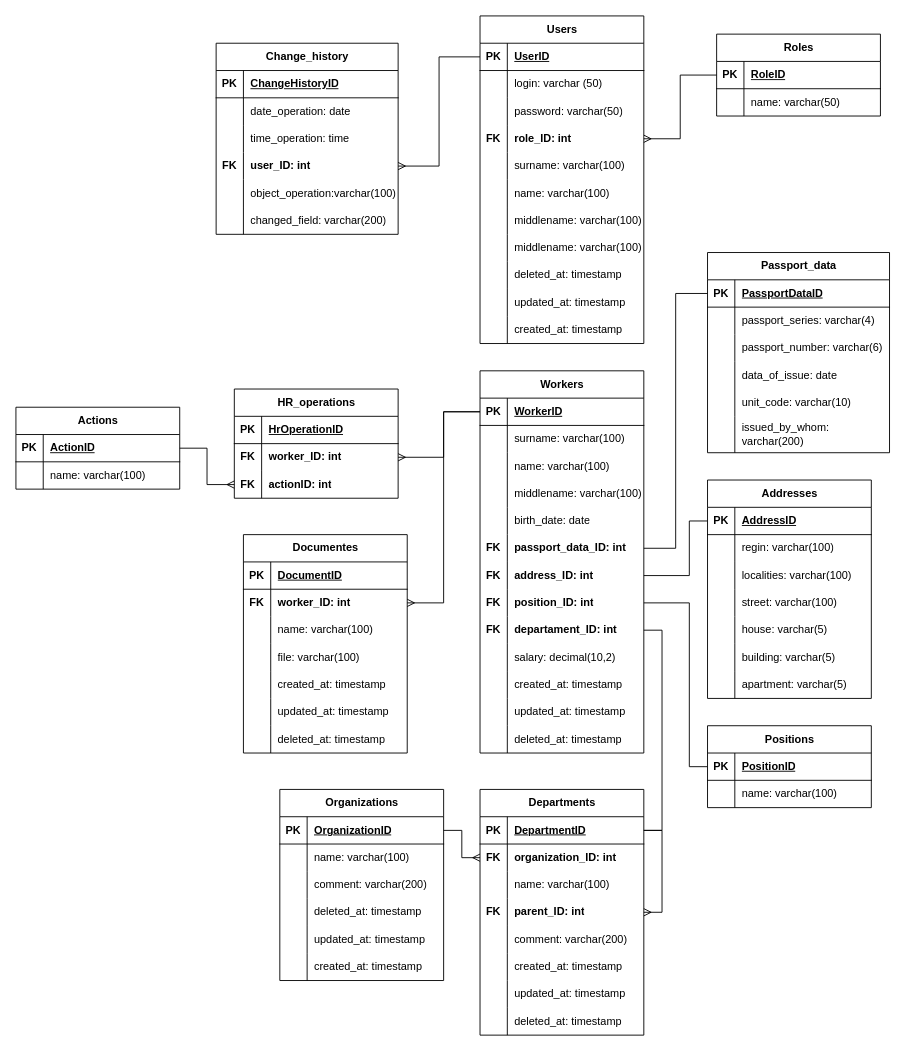
The draw.io diagram docs/БД — копия.drawio in edlwss/areal-hr-test, before the edit. Source tidied: cells renumbered, new cells numbered last; positions are measured from the earlier drawing's top-left corner, leaving out a move shared by most shapes. Both pictures are drawn from the tidied source at 91%, with x=0, y=0 at pixel (15, 15).
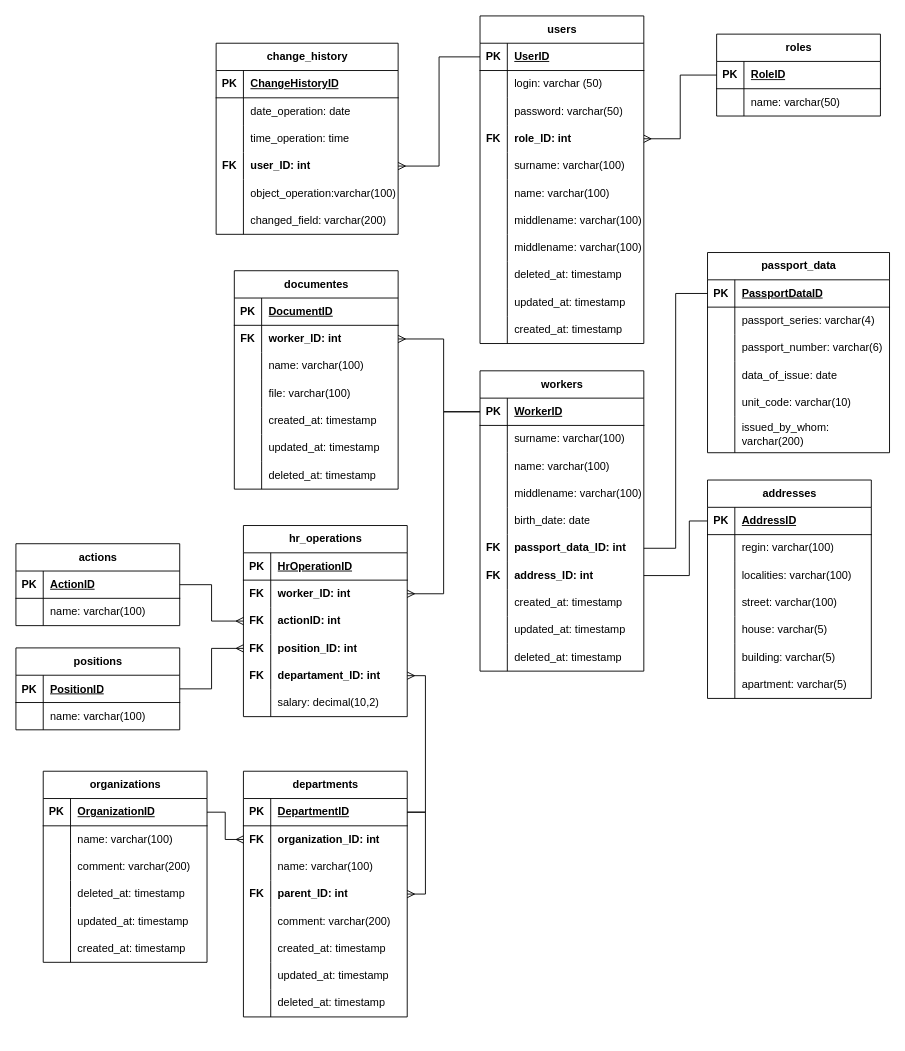
The same diagram, later.

Unchanged cells that the change refers to:
```xml
<mxCell id="23" style="shape=tableRow;horizontal=0;startSize=0;swimlaneHead=0;swimlaneBody=0;fillColor=none;points=[[0,0.5],[1,0.5]];portConstraint=eastwest;top=0;left=0;right=0;bottom=1;" parent="22" vertex="1">
  <mxGeometry y="30" width="180" height="30" as="geometry" />
</mxCell>
<mxCell id="32" style="shape=tableRow;horizontal=0;startSize=0;swimlaneHead=0;swimlaneBody=0;fillColor=none;points=[[0,0.5],[1,0.5]];portConstraint=eastwest;top=0;left=0;right=0;bottom=0;" parent="22" vertex="1">
  <mxGeometry y="120" width="180" height="30" as="geometry" />
</mxCell>
<mxCell id="48" style="shape=tableRow;horizontal=0;startSize=0;swimlaneHead=0;swimlaneBody=0;fillColor=none;points=[[0,0.5],[1,0.5]];portConstraint=eastwest;top=0;left=0;right=0;bottom=1;" parent="47" vertex="1">
  <mxGeometry y="30" width="180" height="30" as="geometry" />
</mxCell>
<mxCell id="55" style="shape=tableRow;horizontal=0;startSize=0;swimlaneHead=0;swimlaneBody=0;fillColor=none;points=[[0,0.5],[1,0.5]];portConstraint=eastwest;top=0;left=0;right=0;bottom=1;" parent="54" vertex="1">
  <mxGeometry y="30" width="180" height="30" as="geometry" />
</mxCell>
<mxCell id="139" style="shape=tableRow;horizontal=0;startSize=0;swimlaneHead=0;swimlaneBody=0;fillColor=none;points=[[0,0.5],[1,0.5]];portConstraint=eastwest;top=0;left=0;right=0;bottom=0;" parent="135" vertex="1">
  <mxGeometry y="60" width="180" height="30" as="geometry" />
</mxCell>
<mxCell id="223" style="shape=tableRow;horizontal=0;startSize=0;swimlaneHead=0;swimlaneBody=0;fillColor=none;points=[[0,0.5],[1,0.5]];portConstraint=eastwest;top=0;left=0;right=0;bottom=0;" parent="219" vertex="1">
  <mxGeometry y="60" width="180" height="30" as="geometry" />
</mxCell>
```

Diff of the diagram source:
```diff
@@
     <mxCell id="2" style="edgeStyle=orthogonalEdgeStyle;rounded=0;jettySize=auto;html=1;exitX=1;exitY=0.5;exitDx=0;exitDy=0;entryX=1;entryY=0.5;entryDx=0;entryDy=0;endArrow=ERmany;endFill=0;" parent="1" edge="1" source="23" target="32">
       <mxGeometry relative="1" as="geometry">
         <Array as="points">
-          <mxPoint x="710" y="895" />
-          <mxPoint x="710" y="985" />
+          <mxPoint x="450" y="875" />
+          <mxPoint x="450" y="965" />
         </Array>
       </mxGeometry>
     </mxCell>
-    <mxCell id="3" value="Organizations" style="shape=table;startSize=30;childLayout=tableLayout;rowLines=0;fontStyle=1;align=center;html=1;" parent="1" vertex="1">
-      <mxGeometry x="290" y="850" width="180" height="210" as="geometry" />
+    <mxCell id="3" value="organizations" style="shape=table;startSize=30;childLayout=tableLayout;rowLines=0;fontStyle=1;align=center;html=1;" parent="1" vertex="1">
+      <mxGeometry x="30" y="830" width="180" height="210" as="geometry" />
     </mxCell>
@@
-    <mxCell id="22" value="Departments" style="shape=table;startSize=30;childLayout=tableLayout;rowLines=0;fontStyle=1;align=center;html=1;" parent="1" vertex="1">
-      <mxGeometry x="510" y="850" width="180" height="270" as="geometry" />
+    <mxCell id="22" value="departments" style="shape=table;startSize=30;childLayout=tableLayout;rowLines=0;fontStyle=1;align=center;html=1;" parent="1" vertex="1">
+      <mxGeometry x="250" y="830" width="180" height="270" as="geometry" />
     </mxCell>
@@
-    <mxCell id="47" value="Positions" style="shape=table;startSize=30;childLayout=tableLayout;rowLines=0;fontStyle=1;align=center;html=1;" parent="1" vertex="1">
-      <mxGeometry x="760" y="780" width="180" height="90" as="geometry" />
+    <mxCell id="47" value="positions" style="shape=table;startSize=30;childLayout=tableLayout;rowLines=0;fontStyle=1;align=center;html=1;" parent="1" vertex="1">
+      <mxGeometry y="694.5" width="180" height="90" as="geometry" />
     </mxCell>
@@
-    <mxCell id="54" value="Workers" style="shape=table;startSize=30;childLayout=tableLayout;rowLines=0;fontStyle=1;align=center;html=1;" parent="1" vertex="1">
-      <mxGeometry x="510" y="390" width="180" height="420" as="geometry" />
+    <mxCell id="54" value="workers" style="shape=table;startSize=30;childLayout=tableLayout;rowLines=0;fontStyle=1;align=center;html=1;" parent="1" vertex="1">
+      <mxGeometry x="510" y="390" width="180" height="330" as="geometry" />
     </mxCell>
@@
-    <mxCell id="76" style="shape=tableRow;horizontal=0;startSize=0;swimlaneHead=0;swimlaneBody=0;fillColor=none;points=[[0,0.5],[1,0.5]];portConstraint=eastwest;top=0;left=0;right=0;bottom=0;" parent="54" vertex="1">
-      <mxGeometry y="240" width="180" height="30" as="geometry" />
-    </mxCell>
-    <mxCell id="77" value="&lt;b&gt;FK&lt;/b&gt;" style="shape=partialRectangle;fillColor=none;top=0;left=0;bottom=0;right=0;overflow=hidden;whiteSpace=wrap;html=1;" parent="76" vertex="1">
-      <mxGeometry width="30" height="30" as="geometry" />
-    </mxCell>
-    <mxCell id="78" value="&lt;b&gt;position_ID: int&lt;/b&gt;" style="shape=partialRectangle;fillColor=none;top=0;left=0;bottom=0;right=0;align=left;spacingLeft=6;overflow=hidden;whiteSpace=wrap;html=1;" parent="76" vertex="1">
-      <mxGeometry x="30" width="150" height="30" as="geometry" />
-    </mxCell>
-    <mxCell id="79" style="shape=tableRow;horizontal=0;startSize=0;swimlaneHead=0;swimlaneBody=0;fillColor=none;points=[[0,0.5],[1,0.5]];portConstraint=eastwest;top=0;left=0;right=0;bottom=0;" parent="54" vertex="1">
-      <mxGeometry y="270" width="180" height="30" as="geometry" />
-    </mxCell>
-    <mxCell id="80" value="&lt;b&gt;FK&lt;/b&gt;" style="shape=partialRectangle;fillColor=none;top=0;left=0;bottom=0;right=0;overflow=hidden;whiteSpace=wrap;html=1;" parent="79" vertex="1">
-      <mxGeometry width="30" height="30" as="geometry" />
-    </mxCell>
-    <mxCell id="81" value="&lt;b&gt;departament_ID: int&lt;/b&gt;" style="shape=partialRectangle;fillColor=none;top=0;left=0;bottom=0;right=0;align=left;spacingLeft=6;overflow=hidden;whiteSpace=wrap;html=1;" parent="79" vertex="1">
-      <mxGeometry x="30" width="150" height="30" as="geometry" />
-    </mxCell>
-    <mxCell id="82" style="shape=tableRow;horizontal=0;startSize=0;swimlaneHead=0;swimlaneBody=0;fillColor=none;top=0;left=0;right=0;bottom=0;" parent="54" vertex="1">
-      <mxGeometry y="300" width="180" height="30" as="geometry" />
-    </mxCell>
-    <mxCell id="83" style="shape=partialRectangle;fillColor=none;top=0;left=0;bottom=0;right=0;overflow=hidden;whiteSpace=wrap;html=1;" parent="82" vertex="1">
-      <mxGeometry width="30" height="30" as="geometry" />
-    </mxCell>
-    <mxCell id="84" value="salary: decimal(10,2)" style="shape=partialRectangle;fillColor=none;top=0;left=0;bottom=0;right=0;align=left;spacingLeft=6;overflow=hidden;whiteSpace=wrap;html=1;" parent="82" vertex="1">
-      <mxGeometry x="30" width="150" height="30" as="geometry" />
-    </mxCell>
     <mxCell id="85" style="shape=tableRow;horizontal=0;startSize=0;swimlaneHead=0;swimlaneBody=0;fillColor=none;top=0;left=0;right=0;bottom=0;" parent="54" vertex="1">
-      <mxGeometry y="330" width="180" height="30" as="geometry" />
+      <mxGeometry y="240" width="180" height="30" as="geometry" />
     </mxCell>
@@
     <mxCell id="88" style="shape=tableRow;horizontal=0;startSize=0;swimlaneHead=0;swimlaneBody=0;fillColor=none;top=0;left=0;right=0;bottom=0;" parent="54" vertex="1">
-      <mxGeometry y="360" width="180" height="30" as="geometry" />
+      <mxGeometry y="270" width="180" height="30" as="geometry" />
     </mxCell>
@@
     <mxCell id="91" style="shape=tableRow;horizontal=0;startSize=0;swimlaneHead=0;swimlaneBody=0;fillColor=none;top=0;left=0;right=0;bottom=0;" parent="54" vertex="1">
-      <mxGeometry y="390" width="180" height="30" as="geometry" />
+      <mxGeometry y="300" width="180" height="30" as="geometry" />
     </mxCell>
@@
-    <mxCell id="94" value="Passport_data" style="shape=table;startSize=30;childLayout=tableLayout;rowLines=0;fontStyle=1;align=center;html=1;" parent="1" vertex="1">
+    <mxCell id="94" value="passport_data" style="shape=table;startSize=30;childLayout=tableLayout;rowLines=0;fontStyle=1;align=center;html=1;" parent="1" vertex="1">
       <mxGeometry x="760" y="260" width="200" height="220" as="geometry" />
     </mxCell>
@@
-    <mxCell id="113" value="Addresses" style="shape=table;startSize=30;childLayout=tableLayout;rowLines=0;fontStyle=1;align=center;html=1;" parent="1" vertex="1">
+    <mxCell id="113" value="addresses" style="shape=table;startSize=30;childLayout=tableLayout;rowLines=0;fontStyle=1;align=center;html=1;" parent="1" vertex="1">
       <mxGeometry x="760" y="510" width="180" height="240" as="geometry" />
     </mxCell>
@@
-    <mxCell id="135" value="HR_operations" style="shape=table;startSize=30;childLayout=tableLayout;rowLines=0;fontStyle=1;align=center;html=1;" parent="1" vertex="1">
-      <mxGeometry x="240" y="410" width="180" height="120" as="geometry" />
+    <mxCell id="135" value="hr_operations" style="shape=table;startSize=30;childLayout=tableLayout;rowLines=0;fontStyle=1;align=center;html=1;" parent="1" vertex="1">
+      <mxGeometry x="250" y="560" width="180" height="210" as="geometry" />
     </mxCell>
@@
+    <mxCell id="244" style="shape=tableRow;horizontal=0;startSize=0;swimlaneHead=0;swimlaneBody=0;fillColor=none;points=[[0,0.5],[1,0.5]];portConstraint=eastwest;top=0;left=0;right=0;bottom=0;" parent="135" vertex="1">
+      <mxGeometry y="120" width="180" height="30" as="geometry" />
+    </mxCell>
+    <mxCell id="245" value="&lt;b&gt;FK&lt;/b&gt;" style="shape=partialRectangle;fillColor=none;top=0;left=0;bottom=0;right=0;overflow=hidden;whiteSpace=wrap;html=1;" parent="244" vertex="1">
+      <mxGeometry width="30" height="30" as="geometry" />
+    </mxCell>
+    <mxCell id="78" value="&lt;b&gt;position_ID: int&lt;/b&gt;" style="shape=partialRectangle;fillColor=none;top=0;left=0;bottom=0;right=0;align=left;spacingLeft=6;overflow=hidden;whiteSpace=wrap;html=1;" parent="244" vertex="1">
+      <mxGeometry x="30" width="150" height="30" as="geometry" />
+    </mxCell>
+    <mxCell id="246" style="shape=tableRow;horizontal=0;startSize=0;swimlaneHead=0;swimlaneBody=0;fillColor=none;points=[[0,0.5],[1,0.5]];portConstraint=eastwest;top=0;left=0;right=0;bottom=0;" parent="135" vertex="1">
+      <mxGeometry y="150" width="180" height="30" as="geometry" />
+    </mxCell>
+    <mxCell id="247" value="&lt;b&gt;FK&lt;/b&gt;" style="shape=partialRectangle;fillColor=none;top=0;left=0;bottom=0;right=0;overflow=hidden;whiteSpace=wrap;html=1;" parent="246" vertex="1">
+      <mxGeometry width="30" height="30" as="geometry" />
+    </mxCell>
+    <mxCell id="81" value="&lt;b&gt;departament_ID: int&lt;/b&gt;" style="shape=partialRectangle;fillColor=none;top=0;left=0;bottom=0;right=0;align=left;spacingLeft=6;overflow=hidden;whiteSpace=wrap;html=1;" parent="246" vertex="1">
+      <mxGeometry x="30" width="150" height="30" as="geometry" />
+    </mxCell>
+    <mxCell id="248" style="shape=tableRow;horizontal=0;startSize=0;swimlaneHead=0;swimlaneBody=0;fillColor=none;top=0;left=0;right=0;bottom=0;" parent="135" vertex="1">
+      <mxGeometry y="180" width="180" height="30" as="geometry" />
+    </mxCell>
+    <mxCell id="83" style="shape=partialRectangle;fillColor=none;top=0;left=0;bottom=0;right=0;overflow=hidden;whiteSpace=wrap;html=1;" parent="248" vertex="1">
+      <mxGeometry width="30" height="30" as="geometry" />
+    </mxCell>
+    <mxCell id="84" value="salary: decimal(10,2)" style="shape=partialRectangle;fillColor=none;top=0;left=0;bottom=0;right=0;align=left;spacingLeft=6;overflow=hidden;whiteSpace=wrap;html=1;" parent="248" vertex="1">
+      <mxGeometry x="30" width="150" height="30" as="geometry" />
+    </mxCell>
-    <mxCell id="145" value="Actions" style="shape=table;startSize=30;childLayout=tableLayout;rowLines=0;fontStyle=1;align=center;html=1;" parent="1" vertex="1">
-      <mxGeometry y="430" width="180" height="90" as="geometry" />
+    <mxCell id="145" value="actions" style="shape=table;startSize=30;childLayout=tableLayout;rowLines=0;fontStyle=1;align=center;html=1;" parent="1" vertex="1">
+      <mxGeometry y="580" width="180" height="90" as="geometry" />
     </mxCell>
@@
-    <mxCell id="152" value="Change_history" style="shape=table;startSize=30;childLayout=tableLayout;rowLines=0;fontStyle=1;align=center;html=1;" parent="1" vertex="1">
+    <mxCell id="152" value="change_history" style="shape=table;startSize=30;childLayout=tableLayout;rowLines=0;fontStyle=1;align=center;html=1;" parent="1" vertex="1">
       <mxGeometry x="220" y="30" width="200" height="210" as="geometry" />
     </mxCell>
@@
-    <mxCell id="171" value="Users" style="shape=table;startSize=30;childLayout=tableLayout;rowLines=0;fontStyle=1;align=center;html=1;" parent="1" vertex="1">
+    <mxCell id="171" value="users" style="shape=table;startSize=30;childLayout=tableLayout;rowLines=0;fontStyle=1;align=center;html=1;" parent="1" vertex="1">
       <mxGeometry x="510" width="180" height="360" as="geometry" />
     </mxCell>
@@
-    <mxCell id="205" value="Roles" style="shape=table;startSize=30;childLayout=tableLayout;rowLines=0;fontStyle=1;align=center;html=1;" parent="1" vertex="1">
+    <mxCell id="205" value="roles" style="shape=table;startSize=30;childLayout=tableLayout;rowLines=0;fontStyle=1;align=center;html=1;" parent="1" vertex="1">
       <mxGeometry x="770" y="20" width="180" height="90" as="geometry" />
     </mxCell>
@@
-    <mxCell id="214" style="edgeStyle=orthogonalEdgeStyle;rounded=0;jettySize=auto;html=1;exitX=0;exitY=0.5;exitDx=0;exitDy=0;endArrow=ERmany;endFill=0;" parent="1" edge="1" source="55" target="139">
-      <mxGeometry relative="1" as="geometry">
-        <Array as="points">
-          <mxPoint x="470" y="435" />
-          <mxPoint x="470" y="485" />
-        </Array>
-      </mxGeometry>
-    </mxCell>
@@
-    <mxCell id="217" style="edgeStyle=orthogonalEdgeStyle;rounded=0;jettySize=auto;html=1;exitX=0;exitY=0.5;exitDx=0;exitDy=0;entryX=1;entryY=0.5;entryDx=0;entryDy=0;endArrow=none;startFill=0;" parent="1" edge="1" source="48" target="76">
-      <mxGeometry relative="1" as="geometry">
-        <Array as="points">
-          <mxPoint x="740" y="825" />
-          <mxPoint x="740" y="645" />
-        </Array>
-      </mxGeometry>
-    </mxCell>
-    <mxCell id="218" style="edgeStyle=orthogonalEdgeStyle;rounded=0;jettySize=auto;html=1;exitX=1;exitY=0.5;exitDx=0;exitDy=0;entryX=1;entryY=0.5;entryDx=0;entryDy=0;endArrow=none;startFill=0;" parent="1" edge="1" source="23" target="79">
-      <mxGeometry relative="1" as="geometry">
-        <Array as="points">
-          <mxPoint x="710" y="895" />
-          <mxPoint x="710" y="675" />
-        </Array>
-      </mxGeometry>
-    </mxCell>
-    <mxCell id="219" value="Documentes" style="shape=table;startSize=30;childLayout=tableLayout;rowLines=0;fontStyle=1;align=center;html=1;" parent="1" vertex="1">
-      <mxGeometry x="250" y="570" width="180" height="240" as="geometry" />
+    <mxCell id="219" value="documentes" style="shape=table;startSize=30;childLayout=tableLayout;rowLines=0;fontStyle=1;align=center;html=1;" parent="1" vertex="1">
+      <mxGeometry x="240" y="280" width="180" height="240" as="geometry" />
     </mxCell>
@@
-    <mxCell id="241" style="edgeStyle=orthogonalEdgeStyle;rounded=0;jettySize=auto;html=1;exitX=0;exitY=0.5;exitDx=0;exitDy=0;entryX=1;entryY=0.5;entryDx=0;entryDy=0;endArrow=ERmany;endFill=0;" parent="1" edge="1" source="55" target="223">
-      <mxGeometry relative="1" as="geometry">
-        <Array as="points">
-          <mxPoint x="470" y="435" />
-          <mxPoint x="470" y="645" />
-        </Array>
-      </mxGeometry>
-    </mxCell>
@@
+    <mxCell id="249" style="edgeStyle=orthogonalEdgeStyle;rounded=0;jettySize=auto;html=1;exitX=1;exitY=0.5;exitDx=0;exitDy=0;entryX=0;entryY=0.5;entryDx=0;entryDy=0;endArrow=ERmany;endFill=0;" parent="1" edge="1" source="48" target="244">
+      <mxGeometry relative="1" as="geometry" />
+    </mxCell>
+    <mxCell id="250" style="edgeStyle=orthogonalEdgeStyle;rounded=0;jettySize=auto;html=1;exitX=1;exitY=0.5;exitDx=0;exitDy=0;entryX=1;entryY=0.5;entryDx=0;entryDy=0;endArrow=ERmany;endFill=0;" parent="1" edge="1" source="23" target="246">
+      <mxGeometry relative="1" as="geometry" />
+    </mxCell>
+    <mxCell id="214" style="edgeStyle=orthogonalEdgeStyle;rounded=0;jettySize=auto;html=1;exitX=0;exitY=0.5;exitDx=0;exitDy=0;entryX=1;entryY=0.5;entryDx=0;entryDy=0;endArrow=ERmany;endFill=0;" parent="1" edge="1" source="55" target="139">
+      <mxGeometry relative="1" as="geometry" />
+    </mxCell>
+    <mxCell id="241" style="edgeStyle=orthogonalEdgeStyle;rounded=0;jettySize=auto;html=1;exitX=0;exitY=0.5;exitDx=0;exitDy=0;entryX=1;entryY=0.5;entryDx=0;entryDy=0;endArrow=ERmany;endFill=0;" parent="1" edge="1" source="55" target="223">
+      <mxGeometry relative="1" as="geometry">
+        <Array as="points">
+          <mxPoint x="470" y="435" />
+          <mxPoint x="470" y="355" />
+        </Array>
+      </mxGeometry>
+    </mxCell>
```
